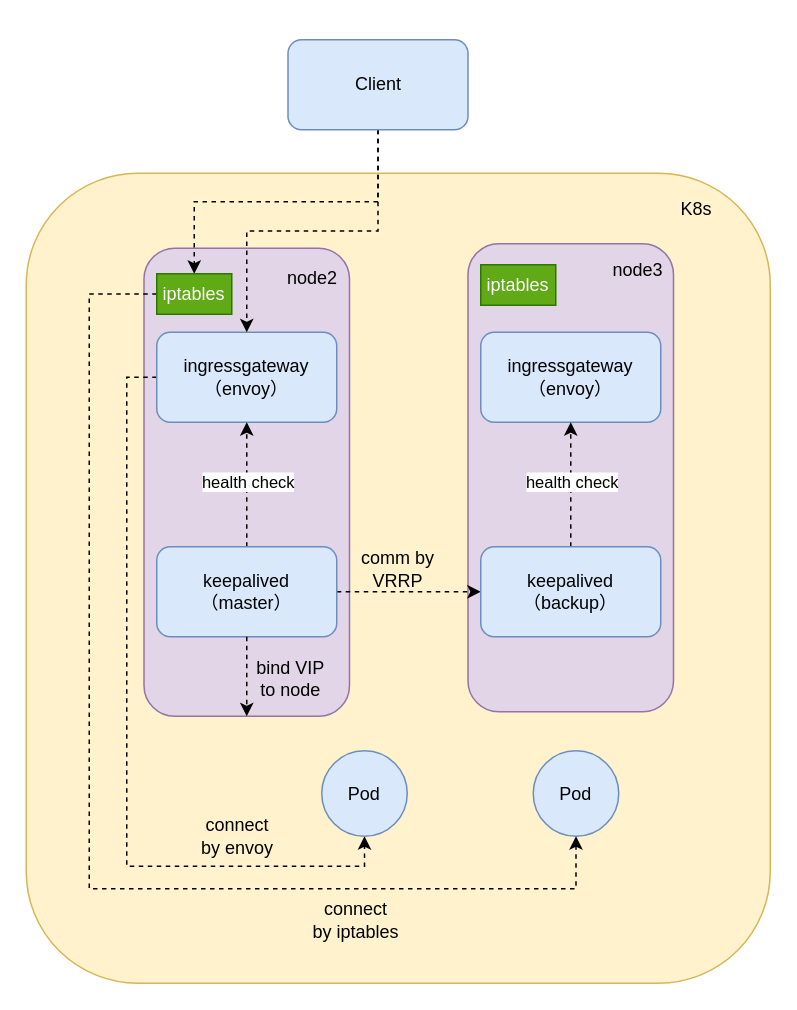
Above: diagrams/nlb架构.drawio in fengyinqiao/cloudimg (draw.io), before the change. Source tidied: cells renumbered, new cells numbered last; positions are measured from the earlier drawing's top-left corner, leaving out a move shared by most shapes. Both pictures are drawn from the tidied source at 150%, with x=0, y=0 at pixel (26, 39).
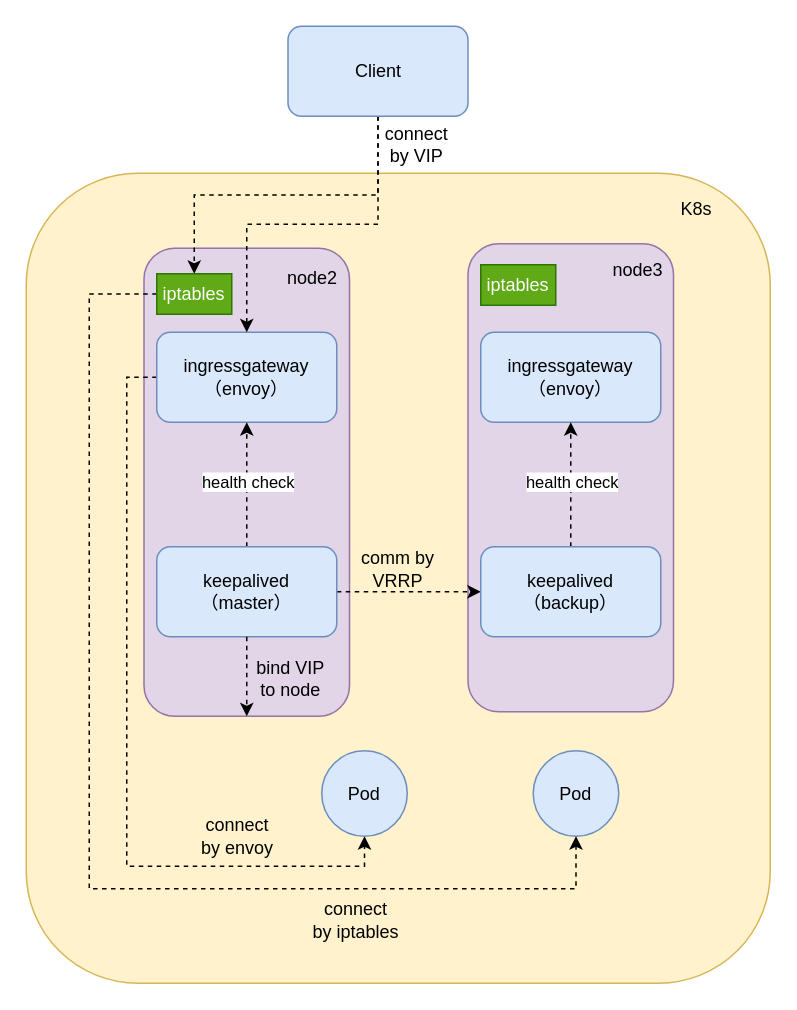
Above is the later version.

The edit, as a diff of the source:
```diff
@@
     <mxCell id="23" value="Client" style="rounded=1;whiteSpace=wrap;html=1;fillColor=#dae8fc;strokeColor=#6c8ebf;" parent="1" vertex="1">
-      <mxGeometry x="174.5" width="120" height="60" as="geometry" />
+      <mxGeometry x="174.5" y="-9" width="120" height="60" as="geometry" />
     </mxCell>
@@
+    <mxCell id="31" value="connect by VIP" style="text;html=1;strokeColor=none;fillColor=none;align=center;verticalAlign=middle;whiteSpace=wrap;rounded=0;" parent="1" vertex="1">
+      <mxGeometry x="236" y="59" width="49" height="22" as="geometry" />
+    </mxCell>
```
